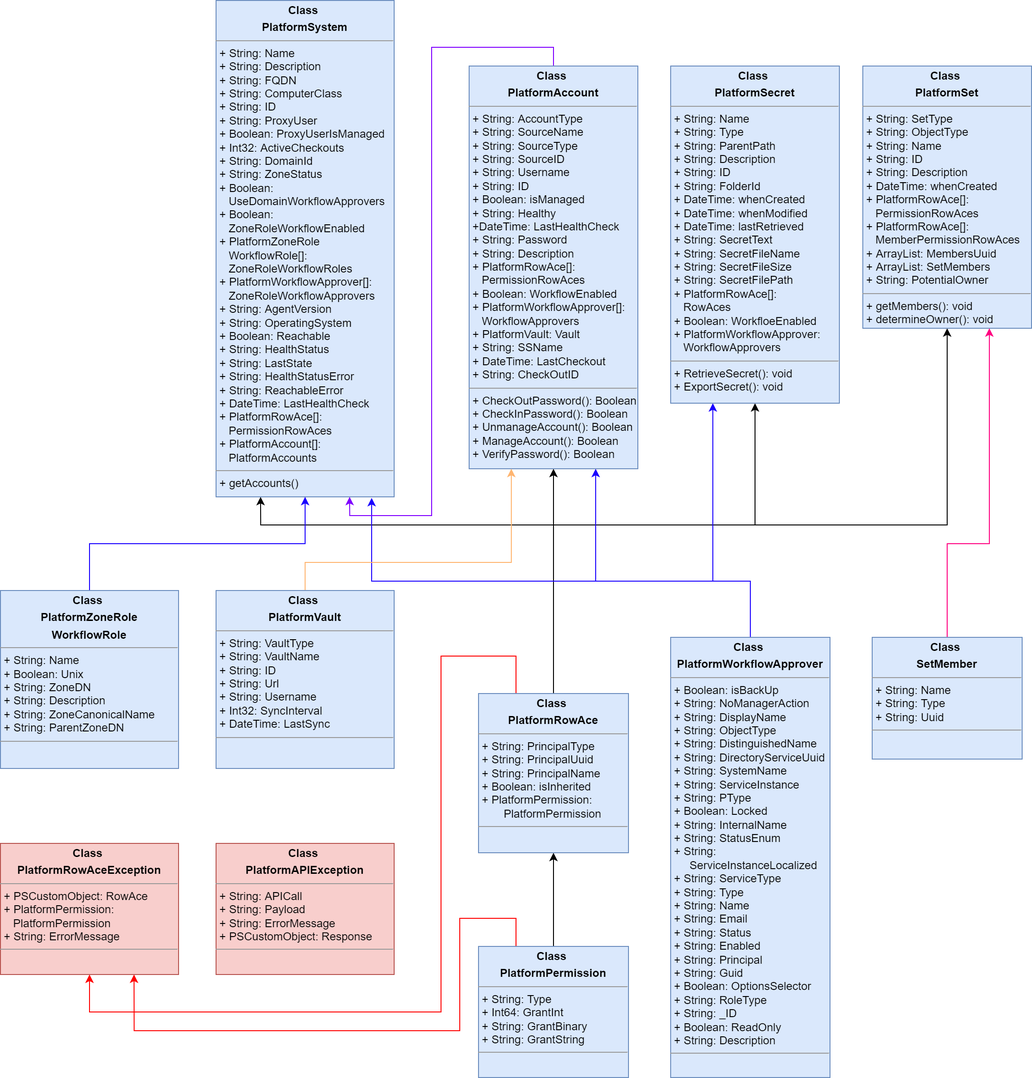
Above: PlatformPlusUML.png in dnlrv/PlatformPlus (draw.io), before the change. Source tidied: cells renumbered, new cells last; positions are measured from the earlier drawing's top-left corner, leaving out a move shared by most shapes.
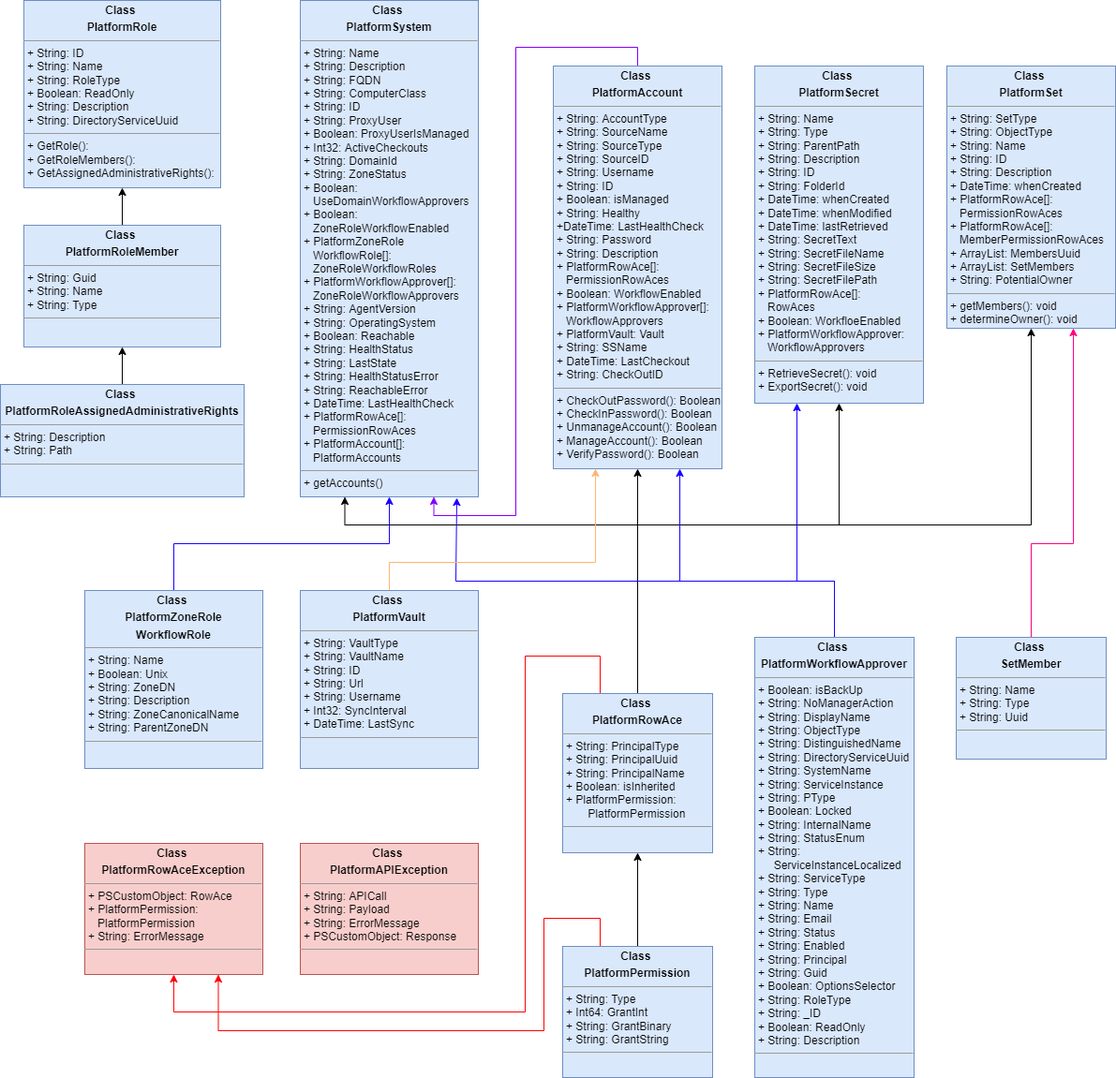
The same diagram one commit later.

Commit message:
"Updating UML to include PlatformRole classes"

Diff of the diagram source:
```diff
@@ -146,5 +146,20 @@
     <mxCell id="27" value="&lt;p style=&quot;margin: 0px ; margin-top: 4px ; text-align: center&quot;&gt;&lt;b&gt;Class&amp;nbsp;&lt;/b&gt;&lt;/p&gt;&lt;p style=&quot;margin: 0px ; margin-top: 4px ; text-align: center&quot;&gt;&lt;b&gt;PlatformZoneRole&lt;/b&gt;&lt;/p&gt;&lt;p style=&quot;margin: 0px ; margin-top: 4px ; text-align: center&quot;&gt;&lt;b&gt;WorkflowRole&lt;/b&gt;&lt;/p&gt;&lt;hr size=&quot;1&quot;&gt;&lt;p style=&quot;margin: 0px ; margin-left: 4px&quot;&gt;+ String: Name&lt;/p&gt;&lt;p style=&quot;margin: 0px ; margin-left: 4px&quot;&gt;+ Boolean: Unix&lt;/p&gt;&lt;p style=&quot;margin: 0px ; margin-left: 4px&quot;&gt;+ String: ZoneDN&lt;/p&gt;&lt;p style=&quot;margin: 0px ; margin-left: 4px&quot;&gt;+ String: Description&lt;/p&gt;&lt;p style=&quot;margin: 0px ; margin-left: 4px&quot;&gt;+ String: ZoneCanonicalName&lt;/p&gt;&lt;p style=&quot;margin: 0px ; margin-left: 4px&quot;&gt;+ String: ParentZoneDN&lt;/p&gt;&lt;hr size=&quot;1&quot;&gt;&lt;p style=&quot;margin: 0px ; margin-left: 4px&quot;&gt;&lt;br&gt;&lt;/p&gt;" style="verticalAlign=top;align=left;overflow=fill;fontSize=12;fontFamily=Helvetica;html=1;fillColor=#dae8fc;strokeColor=#6c8ebf;" parent="1" vertex="1">
       <mxGeometry y="630" width="190" height="190" as="geometry" />
     </mxCell>
+    <mxCell id="28" value="&lt;p style=&quot;margin: 0px ; margin-top: 4px ; text-align: center&quot;&gt;&lt;b&gt;Class&amp;nbsp;&lt;/b&gt;&lt;/p&gt;&lt;p style=&quot;margin: 0px ; margin-top: 4px ; text-align: center&quot;&gt;&lt;b&gt;PlatformRole&lt;/b&gt;&lt;/p&gt;&lt;hr size=&quot;1&quot;&gt;&lt;p style=&quot;margin: 0px ; margin-left: 4px&quot;&gt;+ String: ID&lt;br&gt;&lt;/p&gt;&lt;p style=&quot;margin: 0px ; margin-left: 4px&quot;&gt;+ String: Name&lt;/p&gt;&lt;p style=&quot;margin: 0px ; margin-left: 4px&quot;&gt;+ String: RoleType&lt;br&gt;&lt;/p&gt;&lt;p style=&quot;margin: 0px ; margin-left: 4px&quot;&gt;+ Boolean: ReadOnly&lt;br&gt;&lt;/p&gt;&lt;p style=&quot;margin: 0px ; margin-left: 4px&quot;&gt;+ String: Description&lt;/p&gt;&lt;p style=&quot;margin: 0px ; margin-left: 4px&quot;&gt;+ String: DirectoryServiceUuid&lt;/p&gt;&lt;hr size=&quot;1&quot;&gt;&lt;p style=&quot;margin: 0px ; margin-left: 4px&quot;&gt;+ GetRole():&lt;/p&gt;&lt;p style=&quot;margin: 0px ; margin-left: 4px&quot;&gt;+ GetRoleMembers():&lt;/p&gt;&lt;p style=&quot;margin: 0px ; margin-left: 4px&quot;&gt;&lt;span style=&quot;background-color: initial;&quot;&gt;+ GetAssignedAdministrativeRights():&lt;/span&gt;&lt;br&gt;&lt;/p&gt;" style="verticalAlign=top;align=left;overflow=fill;fontSize=12;fontFamily=Helvetica;html=1;fillColor=#dae8fc;strokeColor=#6c8ebf;" parent="1" vertex="1">
+      <mxGeometry x="-65" width="210" height="200" as="geometry" />
+    </mxCell>
+    <mxCell id="29" style="edgeStyle=orthogonalEdgeStyle;rounded=0;jettySize=auto;html=1;" parent="1" edge="1" source="30" target="28">
+      <mxGeometry relative="1" as="geometry" />
+    </mxCell>
+    <mxCell id="30" value="&lt;p style=&quot;margin: 0px ; margin-top: 4px ; text-align: center&quot;&gt;&lt;b&gt;Class&amp;nbsp;&lt;/b&gt;&lt;/p&gt;&lt;p style=&quot;margin: 0px ; margin-top: 4px ; text-align: center&quot;&gt;&lt;b&gt;PlatformRoleMember&lt;/b&gt;&lt;/p&gt;&lt;hr size=&quot;1&quot;&gt;&lt;p style=&quot;margin: 0px ; margin-left: 4px&quot;&gt;+ String: Guid&lt;br&gt;&lt;/p&gt;&lt;p style=&quot;margin: 0px ; margin-left: 4px&quot;&gt;+ String: Name&lt;/p&gt;&lt;p style=&quot;margin: 0px ; margin-left: 4px&quot;&gt;+ String: Type&lt;/p&gt;&lt;hr size=&quot;1&quot;&gt;&lt;p style=&quot;margin: 0px ; margin-left: 4px&quot;&gt;&lt;br&gt;&lt;/p&gt;" style="verticalAlign=top;align=left;overflow=fill;fontSize=12;fontFamily=Helvetica;html=1;fillColor=#dae8fc;strokeColor=#6c8ebf;" parent="1" vertex="1">
+      <mxGeometry x="-65" y="240" width="210" height="130" as="geometry" />
+    </mxCell>
+    <mxCell id="31" style="edgeStyle=orthogonalEdgeStyle;rounded=0;jettySize=auto;html=1;" parent="1" edge="1" source="32" target="30">
+      <mxGeometry relative="1" as="geometry" />
+    </mxCell>
+    <mxCell id="32" value="&lt;p style=&quot;margin: 0px ; margin-top: 4px ; text-align: center&quot;&gt;&lt;b&gt;Class&amp;nbsp;&lt;/b&gt;&lt;/p&gt;&lt;p style=&quot;margin: 0px ; margin-top: 4px ; text-align: center&quot;&gt;&lt;b&gt;PlatformRoleAssignedAdministrativeRights&lt;/b&gt;&lt;/p&gt;&lt;hr size=&quot;1&quot;&gt;&lt;p style=&quot;margin: 0px ; margin-left: 4px&quot;&gt;+ String: Description&lt;br&gt;&lt;/p&gt;&lt;p style=&quot;margin: 0px ; margin-left: 4px&quot;&gt;+ String: Path&lt;/p&gt;&lt;hr size=&quot;1&quot;&gt;&lt;p style=&quot;margin: 0px ; margin-left: 4px&quot;&gt;&lt;br&gt;&lt;/p&gt;" style="verticalAlign=top;align=left;overflow=fill;fontSize=12;fontFamily=Helvetica;html=1;fillColor=#dae8fc;strokeColor=#6c8ebf;" parent="1" vertex="1">
+      <mxGeometry x="-90" y="410" width="260" height="120" as="geometry" />
+    </mxCell>
   </root>
 </mxGraphModel>
```
